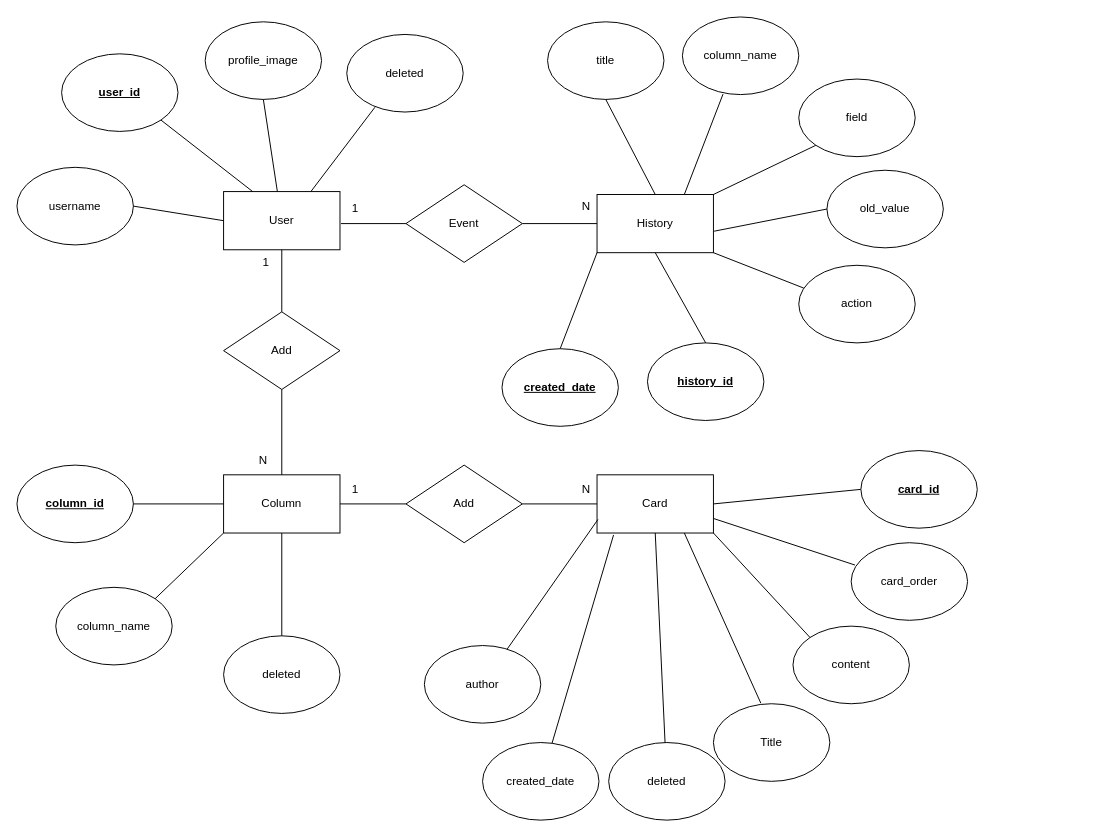
Earlier version of the draw.io diagram page "ER-diagram" (1 of 2) of backend/diagram.drawio (codesquad-members-2022/todo-list). Source tidied: cells renumbered, new cells numbered last; positions are measured from the earlier drawing's top-left corner, leaving out a move shared by most shapes. Both pictures are drawn from the tidied source at 97%, with x=0, y=0 at pixel (16, 16).
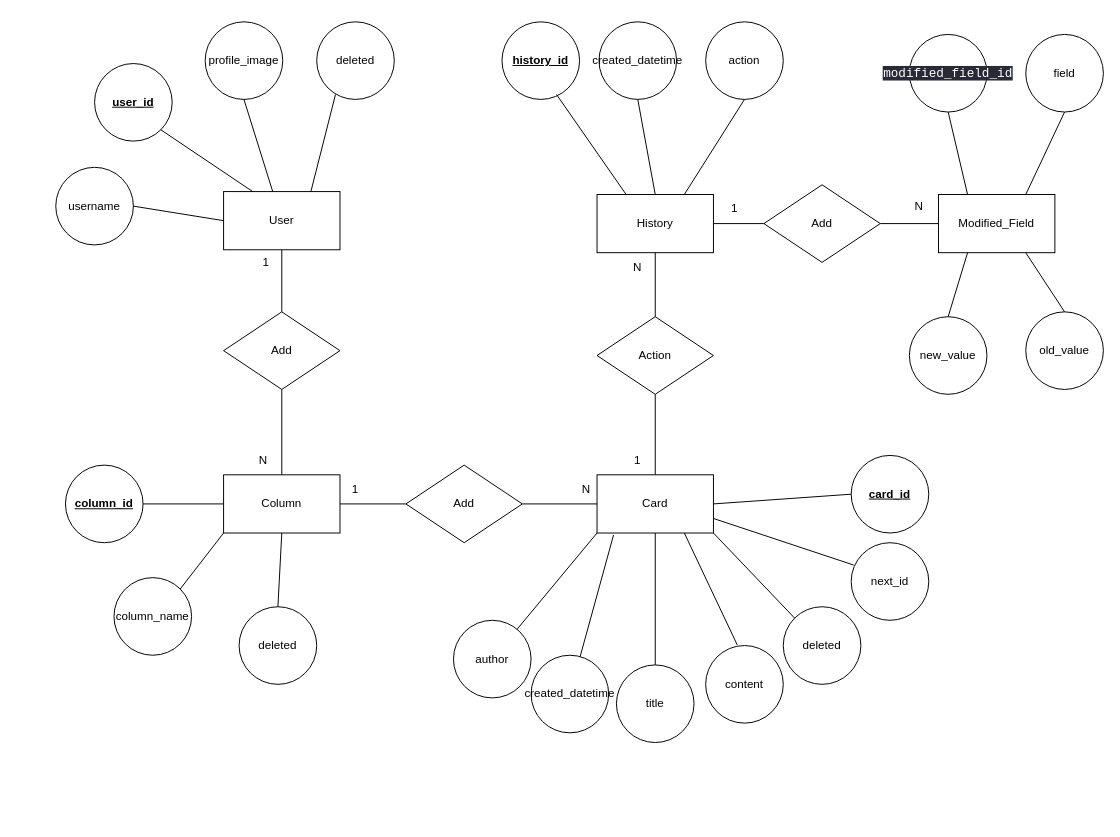
Above is the later version.

Unchanged cells that the change refers to:
```xml
<mxCell id="3" value="Card" style="rounded=0;whiteSpace=wrap;html=1;" parent="1" vertex="1">
  <mxGeometry x="598" y="472" width="120" height="60" as="geometry" />
</mxCell>
<mxCell id="10" value="History" style="rounded=0;whiteSpace=wrap;html=1;" parent="1" vertex="1">
  <mxGeometry x="598" y="183" width="120" height="60" as="geometry" />
</mxCell>
```

What changed in the source:
```diff
@@
-    <mxCell id="11" value="title" style="ellipse;whiteSpace=wrap;html=1;" parent="1" vertex="1">
-      <mxGeometry x="547" y="5" width="120" height="80" as="geometry" />
+    <mxCell id="11" value="action" style="ellipse;whiteSpace=wrap;html=1;" parent="1" vertex="1">
+      <mxGeometry x="710" y="5" width="80" height="80" as="geometry" />
     </mxCell>
-    <mxCell id="12" value="action" style="ellipse;whiteSpace=wrap;html=1;" parent="1" vertex="1">
-      <mxGeometry x="806" y="256" width="120" height="80" as="geometry" />
-    </mxCell>
-    <mxCell id="13" value="1" style="text;html=1;strokeColor=none;fillColor=none;align=center;verticalAlign=middle;whiteSpace=wrap;rounded=0;" parent="1" vertex="1">
-      <mxGeometry x="319" y="183" width="60" height="30" as="geometry" />
-    </mxCell>
-    <mxCell id="14" value="N" style="text;html=1;strokeColor=none;fillColor=none;align=center;verticalAlign=middle;whiteSpace=wrap;rounded=0;" parent="1" vertex="1">
-      <mxGeometry x="557" y="180" width="60" height="30" as="geometry" />
-    </mxCell>
-    <mxCell id="15" style="endArrow=none;html=1;rounded=0;exitX=0.5;exitY=0;exitDx=0;exitDy=0;entryX=0.5;entryY=1;entryDx=0;entryDy=0;" parent="1" edge="1" source="10" target="11">
+    <mxCell id="15" style="endArrow=none;html=1;rounded=0;exitX=0.75;exitY=0;exitDx=0;exitDy=0;entryX=0.5;entryY=1;entryDx=0;entryDy=0;" parent="1" edge="1" source="10" target="11">
       <mxGeometry relative="1" as="geometry" />
     </mxCell>
-    <mxCell id="16" style="endArrow=none;html=1;rounded=0;exitX=1;exitY=1;exitDx=0;exitDy=0;entryX=0.043;entryY=0.294;entryDx=0;entryDy=0;entryPerimeter=0;" parent="1" edge="1" source="10" target="12">
-      <mxGeometry relative="1" as="geometry" />
-    </mxCell>
@@
-    <mxCell id="22" value="Title" style="ellipse;whiteSpace=wrap;html=1;" parent="1" vertex="1">
-      <mxGeometry x="718" y="708" width="120" height="80" as="geometry" />
+    <mxCell id="22" value="content" style="ellipse;whiteSpace=wrap;html=1;" parent="1" vertex="1">
+      <mxGeometry x="710" y="648" width="80" height="80" as="geometry" />
     </mxCell>
-    <mxCell id="23" value="content" style="ellipse;whiteSpace=wrap;html=1;" parent="1" vertex="1">
-      <mxGeometry x="800" y="628" width="120" height="80" as="geometry" />
+    <mxCell id="23" value="deleted" style="ellipse;whiteSpace=wrap;html=1;" parent="1" vertex="1">
+      <mxGeometry x="790" y="608" width="80" height="80" as="geometry" />
     </mxCell>
@@
     <mxCell id="26" value="username" style="ellipse;whiteSpace=wrap;html=1;" parent="1" vertex="1">
-      <mxGeometry y="155" width="120" height="80" as="geometry" />
+      <mxGeometry x="40" y="155" width="80" height="80" as="geometry" />
     </mxCell>
@@
     <mxCell id="28" value="profile_image" style="ellipse;whiteSpace=wrap;html=1;" parent="1" vertex="1">
-      <mxGeometry x="194" y="5" width="120" height="80" as="geometry" />
+      <mxGeometry x="194" y="5" width="80" height="80" as="geometry" />
     </mxCell>
@@
     <mxCell id="30" value="&lt;u&gt;&lt;b&gt;user_id&lt;/b&gt;&lt;/u&gt;" style="ellipse;whiteSpace=wrap;html=1;" parent="1" vertex="1">
-      <mxGeometry x="46" y="38" width="120" height="80" as="geometry" />
+      <mxGeometry x="80" y="48" width="80" height="80" as="geometry" />
     </mxCell>
@@
-    <mxCell id="32" value="column_name" style="ellipse;whiteSpace=wrap;html=1;" parent="1" vertex="1">
-      <mxGeometry x="686" width="120" height="80" as="geometry" />
-    </mxCell>
-    <mxCell id="33" value="field" style="ellipse;whiteSpace=wrap;html=1;" parent="1" vertex="1">
-      <mxGeometry x="806" y="64" width="120" height="80" as="geometry" />
-    </mxCell>
-    <mxCell id="34" style="endArrow=none;html=1;rounded=0;entryX=0.349;entryY=0.994;entryDx=0;entryDy=0;exitX=0.75;exitY=0;exitDx=0;exitDy=0;entryPerimeter=0;" parent="1" edge="1" source="10" target="32">
-      <mxGeometry relative="1" as="geometry" />
-    </mxCell>
-    <mxCell id="35" style="endArrow=none;html=1;rounded=0;entryX=0;entryY=1;entryDx=0;entryDy=0;exitX=1;exitY=0;exitDx=0;exitDy=0;" parent="1" edge="1" source="10" target="33">
-      <mxGeometry relative="1" as="geometry" />
-    </mxCell>
-    <mxCell id="36" value="old_value" style="ellipse;whiteSpace=wrap;html=1;" parent="1" vertex="1">
-      <mxGeometry x="835" y="158" width="120" height="80" as="geometry" />
-    </mxCell>
-    <mxCell id="37" style="endArrow=none;html=1;rounded=0;exitX=1.006;exitY=0.631;exitDx=0;exitDy=0;entryX=0;entryY=0.5;entryDx=0;entryDy=0;exitPerimeter=0;" parent="1" edge="1" source="10" target="36">
-      <mxGeometry relative="1" as="geometry" />
-    </mxCell>
     <mxCell id="38" value="column_name" style="ellipse;whiteSpace=wrap;html=1;" parent="1" vertex="1">
-      <mxGeometry x="40" y="588" width="120" height="80" as="geometry" />
+      <mxGeometry x="100" y="578" width="80" height="80" as="geometry" />
     </mxCell>
@@
-    <mxCell id="40" value="card_order" style="ellipse;whiteSpace=wrap;html=1;" parent="1" vertex="1">
-      <mxGeometry x="860" y="542" width="120" height="80" as="geometry" />
+    <mxCell id="40" value="next_id" style="ellipse;whiteSpace=wrap;html=1;" parent="1" vertex="1">
+      <mxGeometry x="860" y="542" width="80" height="80" as="geometry" />
     </mxCell>
@@
-    <mxCell id="42" value="Event" style="rhombus;whiteSpace=wrap;html=1;" parent="1" vertex="1">
-      <mxGeometry x="401" y="173" width="120" height="80" as="geometry" />
-    </mxCell>
-    <mxCell id="43" style="endArrow=none;html=1;rounded=0;entryX=0.25;entryY=1;entryDx=0;entryDy=0;exitX=0;exitY=0.5;exitDx=0;exitDy=0;" parent="1" edge="1" source="42" target="13">
-      <mxGeometry relative="1" as="geometry" />
-    </mxCell>
-    <mxCell id="44" style="endArrow=none;html=1;rounded=0;entryX=1;entryY=0.5;entryDx=0;entryDy=0;exitX=0;exitY=0.5;exitDx=0;exitDy=0;" parent="1" edge="1" source="10" target="42">
-      <mxGeometry relative="1" as="geometry" />
-    </mxCell>
     <mxCell id="45" value="deleted" style="ellipse;whiteSpace=wrap;html=1;" parent="1" vertex="1">
-      <mxGeometry x="340" y="18" width="120" height="80" as="geometry" />
+      <mxGeometry x="309" y="5" width="80" height="80" as="geometry" />
     </mxCell>
@@
-    <mxCell id="47" value="deleted" style="ellipse;whiteSpace=wrap;html=1;" parent="1" vertex="1">
-      <mxGeometry x="610" y="748" width="120" height="80" as="geometry" />
+    <mxCell id="47" value="title" style="ellipse;whiteSpace=wrap;html=1;" parent="1" vertex="1">
+      <mxGeometry x="618" y="668" width="80" height="80" as="geometry" />
     </mxCell>
@@
     <mxCell id="49" value="deleted" style="ellipse;whiteSpace=wrap;html=1;" parent="1" vertex="1">
-      <mxGeometry x="213" y="638" width="120" height="80" as="geometry" />
+      <mxGeometry x="229" y="608" width="80" height="80" as="geometry" />
     </mxCell>
@@
     <mxCell id="51" value="&lt;u&gt;&lt;b&gt;history_id&lt;/b&gt;&lt;/u&gt;" style="ellipse;whiteSpace=wrap;html=1;" parent="1" vertex="1">
-      <mxGeometry x="650" y="336" width="120" height="80" as="geometry" />
+      <mxGeometry x="500" y="5" width="80" height="80" as="geometry" />
     </mxCell>
-    <mxCell id="52" style="endArrow=none;html=1;rounded=0;entryX=0.5;entryY=1;entryDx=0;entryDy=0;exitX=0.5;exitY=0;exitDx=0;exitDy=0;" parent="1" edge="1" source="51" target="10">
+    <mxCell id="52" style="endArrow=none;html=1;rounded=0;entryX=0.25;entryY=0;entryDx=0;entryDy=0;exitX=0.704;exitY=0.938;exitDx=0;exitDy=0;exitPerimeter=0;" parent="1" edge="1" source="51" target="10">
       <mxGeometry relative="1" as="geometry" />
     </mxCell>
@@
     <mxCell id="54" value="&lt;u&gt;&lt;b&gt;card_id&lt;/b&gt;&lt;/u&gt;" style="ellipse;whiteSpace=wrap;html=1;" parent="1" vertex="1">
-      <mxGeometry x="870" y="447" width="120" height="80" as="geometry" />
+      <mxGeometry x="860" y="452" width="80" height="80" as="geometry" />
     </mxCell>
     <mxCell id="55" value="&lt;u&gt;&lt;b&gt;column_id&lt;/b&gt;&lt;/u&gt;" style="ellipse;whiteSpace=wrap;html=1;" parent="1" vertex="1">
-      <mxGeometry y="462" width="120" height="80" as="geometry" />
+      <mxGeometry x="50" y="462" width="80" height="80" as="geometry" />
     </mxCell>
@@
-    <mxCell id="57" value="created_date" style="ellipse;whiteSpace=wrap;html=1;" parent="1" vertex="1">
-      <mxGeometry x="480" y="748" width="120" height="80" as="geometry" />
+    <mxCell id="57" value="created_datetime" style="ellipse;whiteSpace=wrap;html=1;" parent="1" vertex="1">
+      <mxGeometry x="530" y="658" width="80" height="80" as="geometry" />
     </mxCell>
@@
     <mxCell id="59" value="author" style="ellipse;whiteSpace=wrap;html=1;" parent="1" vertex="1">
-      <mxGeometry x="420" y="648" width="120" height="80" as="geometry" />
+      <mxGeometry x="450" y="622" width="80" height="80" as="geometry" />
     </mxCell>
-    <mxCell id="60" style="endArrow=none;html=1;rounded=0;entryX=0.008;entryY=0.767;entryDx=0;entryDy=0;entryPerimeter=0;" parent="1" edge="1" source="59" target="3">
+    <mxCell id="60" style="endArrow=none;html=1;rounded=0;entryX=0;entryY=1;entryDx=0;entryDy=0;" parent="1" edge="1" source="59" target="3">
       <mxGeometry relative="1" as="geometry" />
     </mxCell>
-    <mxCell id="61" value="&lt;u&gt;&lt;b&gt;created_date&lt;/b&gt;&lt;/u&gt;" style="ellipse;whiteSpace=wrap;html=1;" parent="1" vertex="1">
-      <mxGeometry x="500" y="342" width="120" height="80" as="geometry" />
+    <mxCell id="61" value="&lt;span style=&quot;font-weight: normal&quot;&gt;created_datetime&lt;/span&gt;" style="ellipse;whiteSpace=wrap;html=1;fontStyle=1;" parent="1" vertex="1">
+      <mxGeometry x="600" y="5" width="80" height="80" as="geometry" />
     </mxCell>
-    <mxCell id="62" style="endArrow=none;html=1;rounded=0;entryX=0;entryY=1;entryDx=0;entryDy=0;exitX=0.5;exitY=0;exitDx=0;exitDy=0;" parent="1" edge="1" source="61" target="10">
+    <mxCell id="62" style="endArrow=none;html=1;rounded=0;entryX=0.5;entryY=0;entryDx=0;entryDy=0;exitX=0.5;exitY=1;exitDx=0;exitDy=0;" parent="1" edge="1" source="61" target="10">
       <mxGeometry relative="1" as="geometry" />
     </mxCell>
+    <mxCell id="63" value="Action" style="rhombus;whiteSpace=wrap;html=1;" parent="1" vertex="1">
+      <mxGeometry x="598" y="309" width="120" height="80" as="geometry" />
+    </mxCell>
+    <mxCell id="64" style="endArrow=none;html=1;rounded=0;entryX=0.5;entryY=1;entryDx=0;entryDy=0;exitX=0.5;exitY=0;exitDx=0;exitDy=0;" parent="1" edge="1" source="3" target="63">
+      <mxGeometry relative="1" as="geometry" />
+    </mxCell>
+    <mxCell id="65" style="endArrow=none;html=1;rounded=0;entryX=0.5;entryY=1;entryDx=0;entryDy=0;exitX=0.5;exitY=0;exitDx=0;exitDy=0;" parent="1" edge="1" source="63" target="10">
+      <mxGeometry relative="1" as="geometry" />
+    </mxCell>
+    <mxCell id="66" value="1" style="text;html=1;strokeColor=none;fillColor=none;align=center;verticalAlign=middle;whiteSpace=wrap;rounded=0;" parent="1" vertex="1">
+      <mxGeometry x="610" y="442" width="60" height="30" as="geometry" />
+    </mxCell>
+    <mxCell id="67" value="N" style="text;html=1;strokeColor=none;fillColor=none;align=center;verticalAlign=middle;whiteSpace=wrap;rounded=0;" parent="1" vertex="1">
+      <mxGeometry x="610" y="243" width="60" height="30" as="geometry" />
+    </mxCell>
+    <mxCell id="68" value="Modified_Field" style="rounded=0;whiteSpace=wrap;html=1;" parent="1" vertex="1">
+      <mxGeometry x="950" y="183" width="120" height="60" as="geometry" />
+    </mxCell>
+    <mxCell id="36" value="old_value" style="ellipse;whiteSpace=wrap;html=1;" parent="1" vertex="1">
+      <mxGeometry x="1040" y="304" width="80" height="80" as="geometry" />
+    </mxCell>
+    <mxCell id="69" style="endArrow=none;html=1;rounded=0;exitX=0.75;exitY=1;exitDx=0;exitDy=0;entryX=0.5;entryY=0;entryDx=0;entryDy=0;" parent="1" edge="1" source="68" target="36">
+      <mxGeometry relative="1" as="geometry" />
+    </mxCell>
+    <mxCell id="70" value="&lt;pre style=&quot;background-color: rgb(40 , 42 , 54) ; font-family: &amp;#34;jetbrains mono&amp;#34; , monospace ; font-size: 9.8pt&quot;&gt;&lt;font color=&quot;#ffffff&quot;&gt;modified_field_id&lt;/font&gt;&lt;/pre&gt;" style="ellipse;whiteSpace=wrap;html=1;" parent="1" vertex="1">
+      <mxGeometry x="920" y="18" width="80" height="80" as="geometry" />
+    </mxCell>
+    <mxCell id="71" style="endArrow=none;html=1;rounded=0;entryX=0.25;entryY=0;entryDx=0;entryDy=0;exitX=0.5;exitY=1;exitDx=0;exitDy=0;" parent="1" edge="1" source="70" target="68">
+      <mxGeometry relative="1" as="geometry" />
+    </mxCell>
+    <mxCell id="33" value="&lt;span style=&quot;font-weight: 400&quot;&gt;field&lt;br&gt;&lt;/span&gt;" style="ellipse;whiteSpace=wrap;html=1;fontStyle=1;" parent="1" vertex="1">
+      <mxGeometry x="1040" y="18" width="80" height="80" as="geometry" />
+    </mxCell>
+    <mxCell id="72" style="endArrow=none;html=1;rounded=0;entryX=0.75;entryY=0;entryDx=0;entryDy=0;exitX=0.5;exitY=1;exitDx=0;exitDy=0;" parent="1" edge="1" source="33" target="68">
+      <mxGeometry relative="1" as="geometry" />
+    </mxCell>
+    <mxCell id="73" value="Add" style="rhombus;whiteSpace=wrap;html=1;" parent="1" vertex="1">
+      <mxGeometry x="770" y="173" width="120" height="80" as="geometry" />
+    </mxCell>
+    <mxCell id="74" style="endArrow=none;html=1;rounded=0;exitX=1;exitY=0.5;exitDx=0;exitDy=0;entryX=0;entryY=0.5;entryDx=0;entryDy=0;" parent="1" edge="1" source="10" target="73">
+      <mxGeometry relative="1" as="geometry" />
+    </mxCell>
+    <mxCell id="75" style="endArrow=none;html=1;rounded=0;entryX=0;entryY=0.5;entryDx=0;entryDy=0;exitX=1;exitY=0.5;exitDx=0;exitDy=0;" parent="1" edge="1" source="73" target="68">
+      <mxGeometry relative="1" as="geometry" />
+    </mxCell>
+    <mxCell id="76" value="1" style="text;html=1;strokeColor=none;fillColor=none;align=center;verticalAlign=middle;whiteSpace=wrap;rounded=0;" parent="1" vertex="1">
+      <mxGeometry x="718" y="183" width="44" height="30" as="geometry" />
+    </mxCell>
+    <mxCell id="77" value="N" style="text;html=1;strokeColor=none;fillColor=none;align=center;verticalAlign=middle;whiteSpace=wrap;rounded=0;" parent="1" vertex="1">
+      <mxGeometry x="910" y="180" width="40" height="30" as="geometry" />
+    </mxCell>
+    <mxCell id="78" value="new_value" style="ellipse;whiteSpace=wrap;html=1;" parent="1" vertex="1">
+      <mxGeometry x="920" y="309" width="80" height="80" as="geometry" />
+    </mxCell>
+    <mxCell id="79" style="endArrow=none;html=1;rounded=0;exitX=0.25;exitY=1;exitDx=0;exitDy=0;entryX=0.5;entryY=0;entryDx=0;entryDy=0;" parent="1" edge="1" source="68" target="78">
+      <mxGeometry relative="1" as="geometry" />
+    </mxCell>
```
